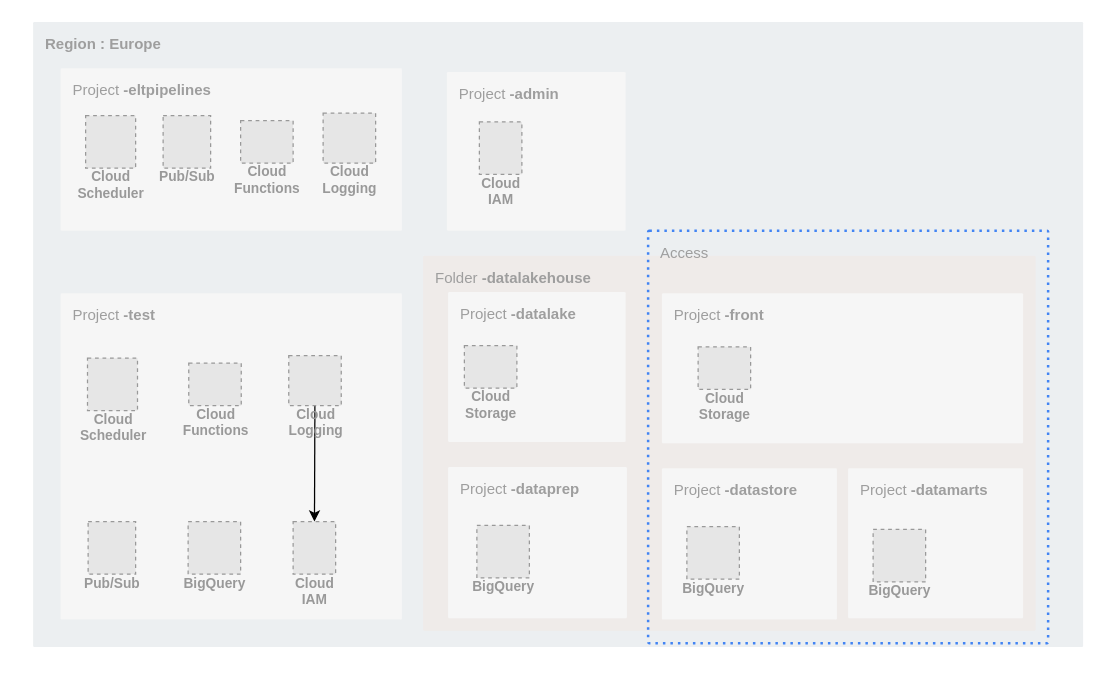
This is GCP_dataplatform_architecture.drawio from brocolidata/diagrams_studio, a draw.io file, before an edit. Source tidied: cells renumbered, new cells numbered last; positions are measured from the earlier drawing's top-left corner, leaving out a move shared by most shapes. Both pictures are drawn from the tidied source at 125%, with x=0, y=0 at pixel (32, 21). Pictures stored in the file or linked from it are replaced by grey dashed boxes.
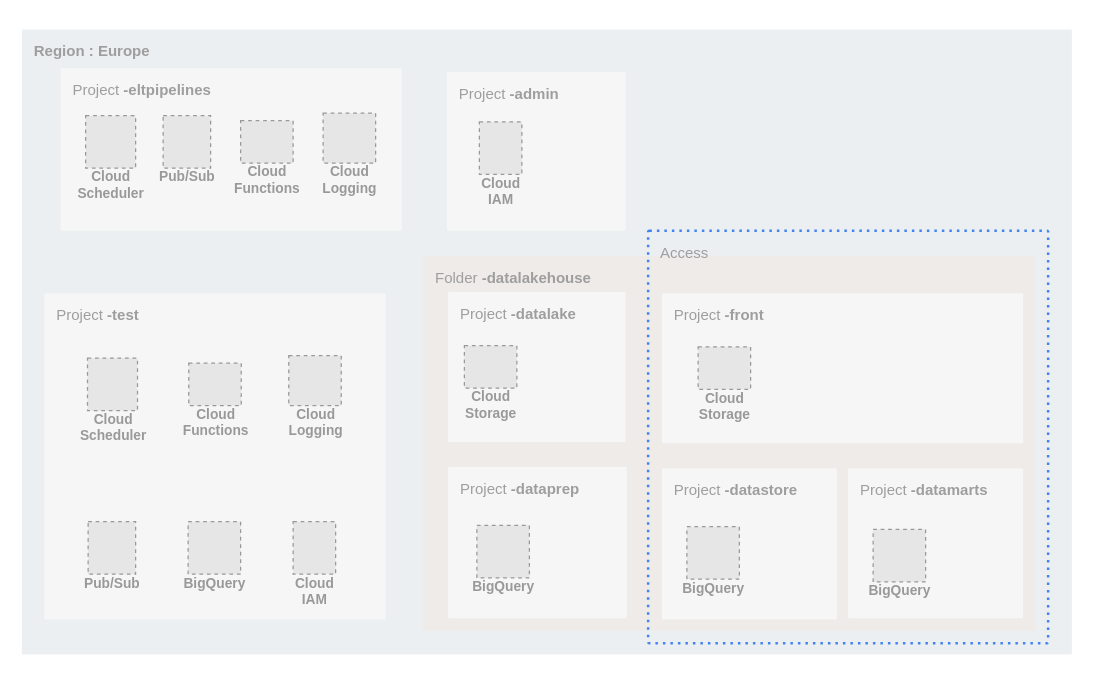
The same diagram, later.

Commit message (it also covers changes not shown here):
fix: remove unused edges 2

Unchanged cells that the change refers to:
```xml
<mxCell id="16" value="Cloud&#10;IAM" style="fillColor=#E6E6E6;strokeColor=#999999;dashed=1;html=1;verticalAlign=top;labelPosition=center;verticalLabelPosition=bottom;align=center;spacingTop=-6;fontSize=11;fontStyle=1;fontColor=#999999;" parent="1" vertex="1">
  <mxGeometry x="208" y="399.8" width="34" height="42" as="geometry" />
</mxCell>
<mxCell id="24" value="Cloud&#10;Logging" style="fillColor=#E6E6E6;strokeColor=#999999;dashed=1;html=1;verticalAlign=top;labelPosition=center;verticalLabelPosition=bottom;align=center;spacingTop=-6;fontSize=11;fontStyle=1;fontColor=#999999;" parent="1" vertex="1">
  <mxGeometry x="204.5" y="267" width="42" height="40" as="geometry" />
</mxCell>
```

The edit, as a diff of the source:
```diff
@@
     <mxCell id="2" value="&lt;b&gt;Region : Europe&lt;/b&gt;" style="sketch=0;rounded=1;absoluteArcSize=1;arcSize=2;html=1;strokeColor=none;gradientColor=none;shadow=0;dashed=0;fontSize=12;fontColor=#9E9E9E;align=left;verticalAlign=top;spacing=10;spacingTop=-4;fillColor=#ECEFF1;" parent="1" vertex="1">
-      <mxGeometry width="840" height="500" as="geometry" />
+      <mxGeometry x="-9" y="6" width="840" height="500" as="geometry" />
     </mxCell>
@@
     <mxCell id="6" value="Project &lt;b&gt;-test&lt;/b&gt;" style="sketch=0;rounded=1;absoluteArcSize=1;arcSize=2;html=1;strokeColor=none;gradientColor=none;shadow=0;dashed=0;fontSize=12;fontColor=#9E9E9E;align=left;verticalAlign=top;spacing=10;spacingTop=-4;fillColor=#F6F6F6;" parent="1" vertex="1">
-      <mxGeometry x="22" y="217" width="273" height="261" as="geometry" />
+      <mxGeometry x="9" y="217" width="273" height="261" as="geometry" />
     </mxCell>
@@
-    <mxCell id="23" style="edgeStyle=none;html=1;" parent="1" edge="1" source="24" target="16">
-      <mxGeometry relative="1" as="geometry" />
-    </mxCell>
```
